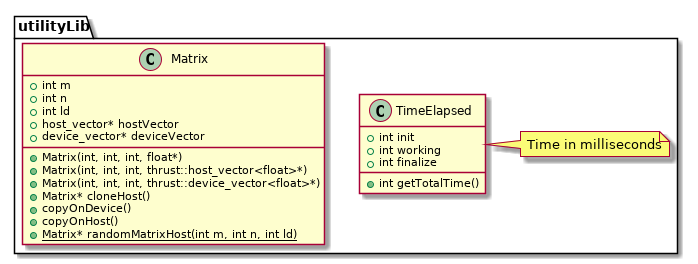
Before: uml/out/uml/src/BaseUtilityDiagram.png, a diagram exported from PlantUML (newfla/CUDA-K-SVD-Denoising).
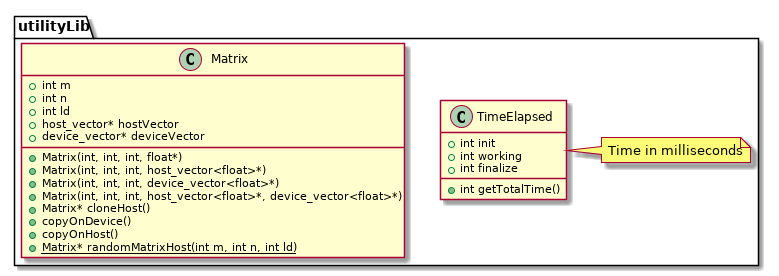
The same diagram one commit later.

What changed in the source:
```diff
@@ -10,8 +10,9 @@
         + device_vector* deviceVector
 
         + Matrix(int, int, int, float*)
-        + Matrix(int, int, int, thrust::host_vector<float>*)
-        + Matrix(int, int, int, thrust::device_vector<float>*)
+        + Matrix(int, int, int, host_vector<float>*)
+        + Matrix(int, int, int, device_vector<float>*)
+        + Matrix(int, int, int, host_vector<float>*, device_vector<float>*)
         + Matrix* cloneHost()
         + copyOnDevice()
         + copyOnHost()
```
